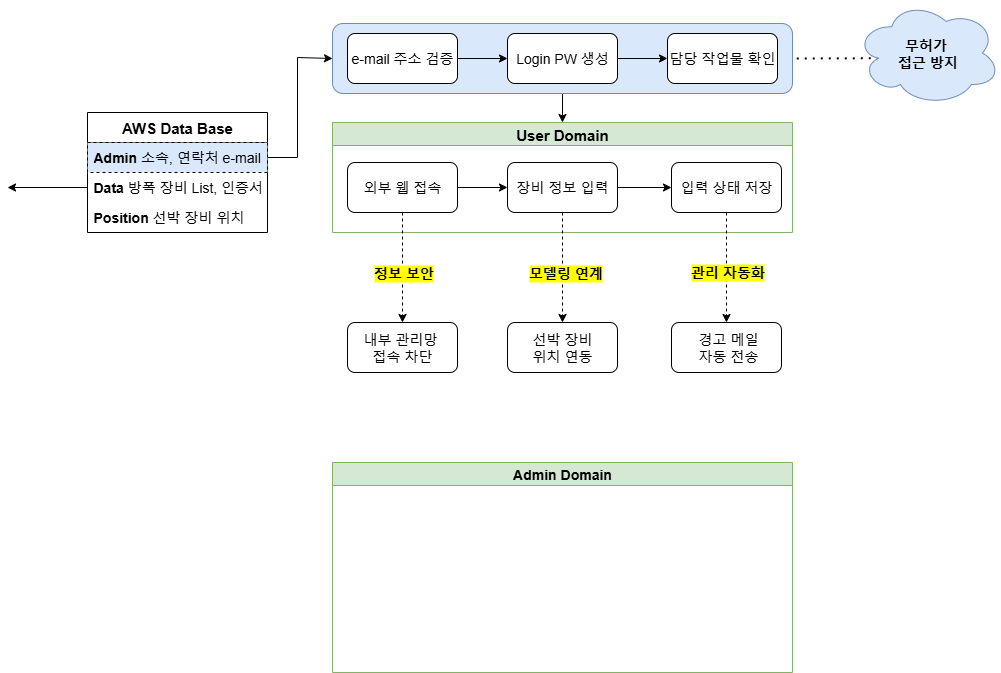
Before: workflow/1013.drawio.png, a diagram exported from draw.io (HD-Jinyeong/my_flask_app). Source tidied: cells renumbered, new cells last; positions are measured from the earlier drawing's top-left corner, leaving out a move shared by most shapes.
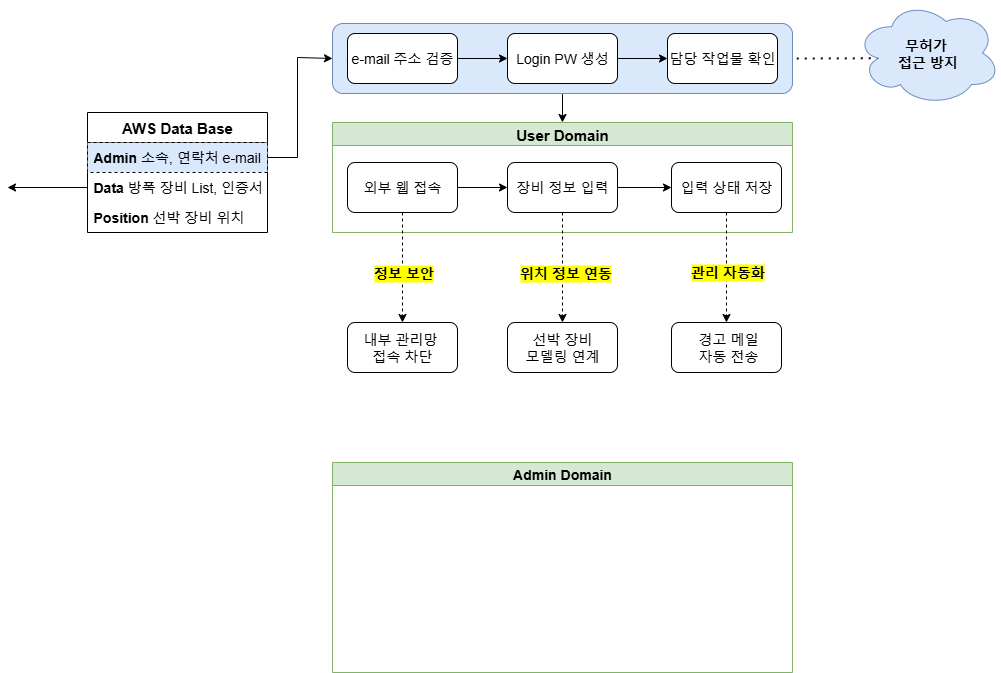
The same file after the commit.

What changed in the source:
```diff
@@ -57,7 +57,7 @@
     <mxCell id="17" style="rounded=0;jettySize=auto;html=1;entryX=0.5;entryY=0;entryDx=0;entryDy=0;exitX=0.5;exitY=1;exitDx=0;exitDy=0;dashed=1;" parent="1" edge="1" source="11" target="32">
       <mxGeometry relative="1" as="geometry" />
     </mxCell>
-    <mxCell id="18" value="&lt;b&gt;&lt;font style=&quot;font-size: 14px;&quot;&gt;모델링 연계&lt;/font&gt;&lt;/b&gt;" style="edgeLabel;html=1;align=center;verticalAlign=middle;labelBackgroundColor=light-dark(#FFFF00,#323200);" parent="17" vertex="1">
+    <mxCell id="18" value="&lt;b&gt;&lt;font style=&quot;font-size: 14px;&quot;&gt;위치 정보 연동&lt;/font&gt;&lt;/b&gt;" style="edgeLabel;html=1;align=center;verticalAlign=middle;labelBackgroundColor=light-dark(#FFFF00,#323200);" parent="17" vertex="1">
       <mxGeometry x="0.1" y="1" relative="1" as="geometry">
         <mxPoint x="1" as="offset" />
       </mxGeometry>
@@ -105,7 +105,7 @@
     <mxCell id="31" value="&lt;span style=&quot;font-size: 14px;&quot;&gt;내부 관리망&amp;nbsp;&lt;/span&gt;&lt;div&gt;&lt;span style=&quot;font-size: 14px;&quot;&gt;접속 차단&lt;/span&gt;&lt;/div&gt;" style="whiteSpace=wrap;html=1;rounded=1;" parent="30" vertex="1">
       <mxGeometry width="110" height="50" as="geometry" />
     </mxCell>
-    <mxCell id="32" value="&lt;span style=&quot;font-size: 14px;&quot;&gt;선박 장비&lt;/span&gt;&lt;div&gt;&lt;span style=&quot;font-size: 14px;&quot;&gt;위치 연동&lt;/span&gt;&lt;/div&gt;" style="whiteSpace=wrap;html=1;rounded=1;" parent="30" vertex="1">
+    <mxCell id="32" value="&lt;span style=&quot;font-size: 14px;&quot;&gt;선박 장비&lt;/span&gt;&lt;div&gt;&lt;span style=&quot;font-size: 14px;&quot;&gt;모델링 연계&lt;/span&gt;&lt;/div&gt;" style="whiteSpace=wrap;html=1;rounded=1;" parent="30" vertex="1">
       <mxGeometry x="160" width="110" height="50" as="geometry" />
     </mxCell>
     <mxCell id="33" value="&lt;font style=&quot;font-size: 14px;&quot;&gt;&amp;nbsp;경고 메일&lt;/font&gt;&lt;div&gt;&lt;font style=&quot;font-size: 14px;&quot;&gt;&amp;nbsp;자동 전송&lt;/font&gt;&lt;/div&gt;" style="whiteSpace=wrap;html=1;rounded=1;" parent="30" vertex="1">
```
